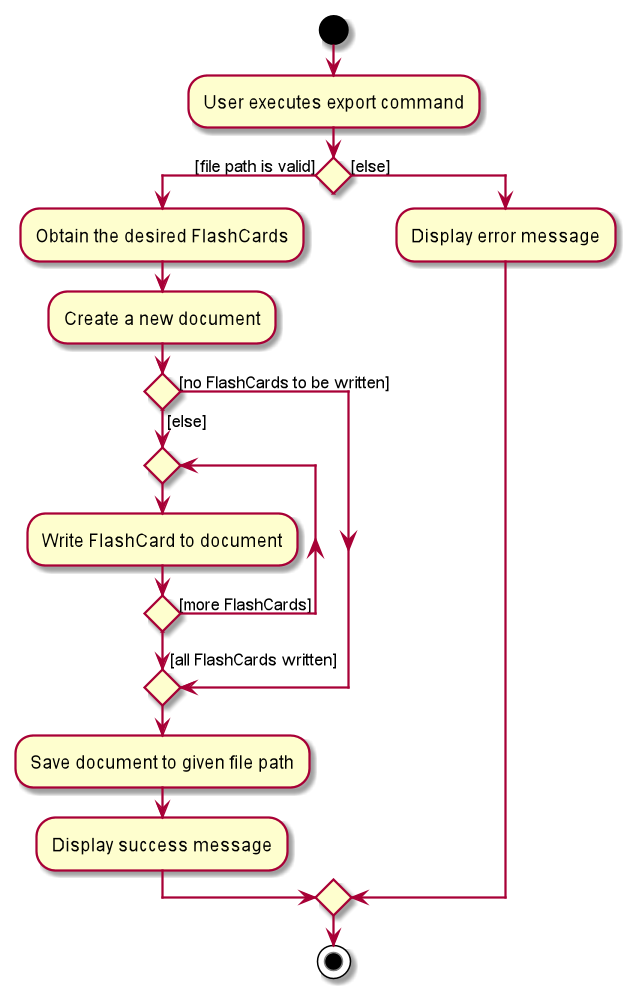
This is docs/images/ExportActivityDiagram.png from nus-cs2103-AY1920S1/addressbook-level3, a PlantUML export, as it was before one commit.
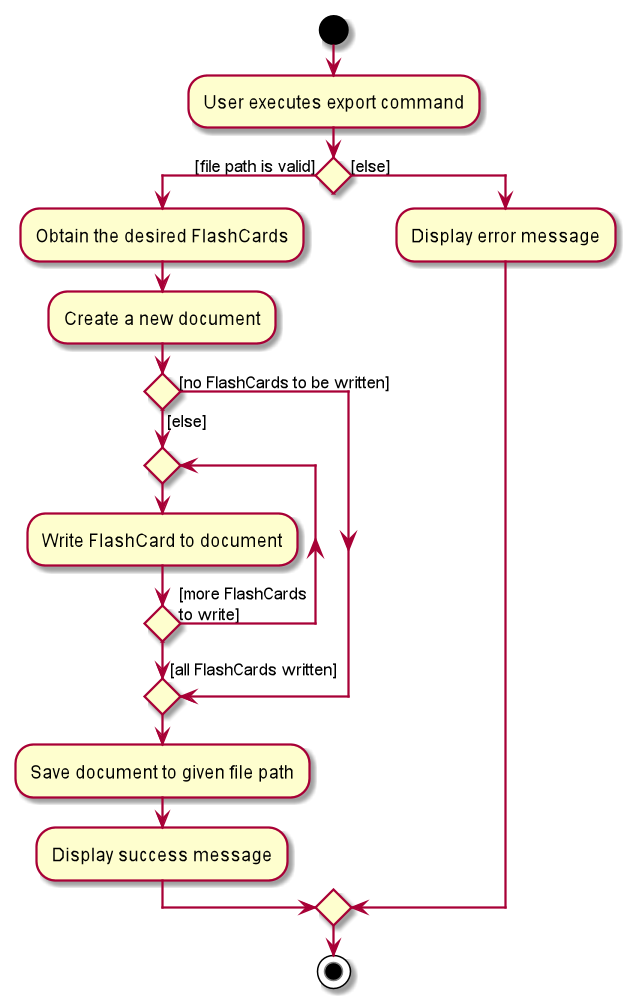
The same file after the commit.

What changed in the source:
```diff
@@ -9,7 +9,7 @@
     if () then ([else])
         repeat
             :Write FlashCard to document;
-        repeat while () is ([more FlashCards])
+        repeat while () is ([more FlashCards\nto write])
         ->[all FlashCards written];
     else ([no FlashCards to be written])
     endif
```
